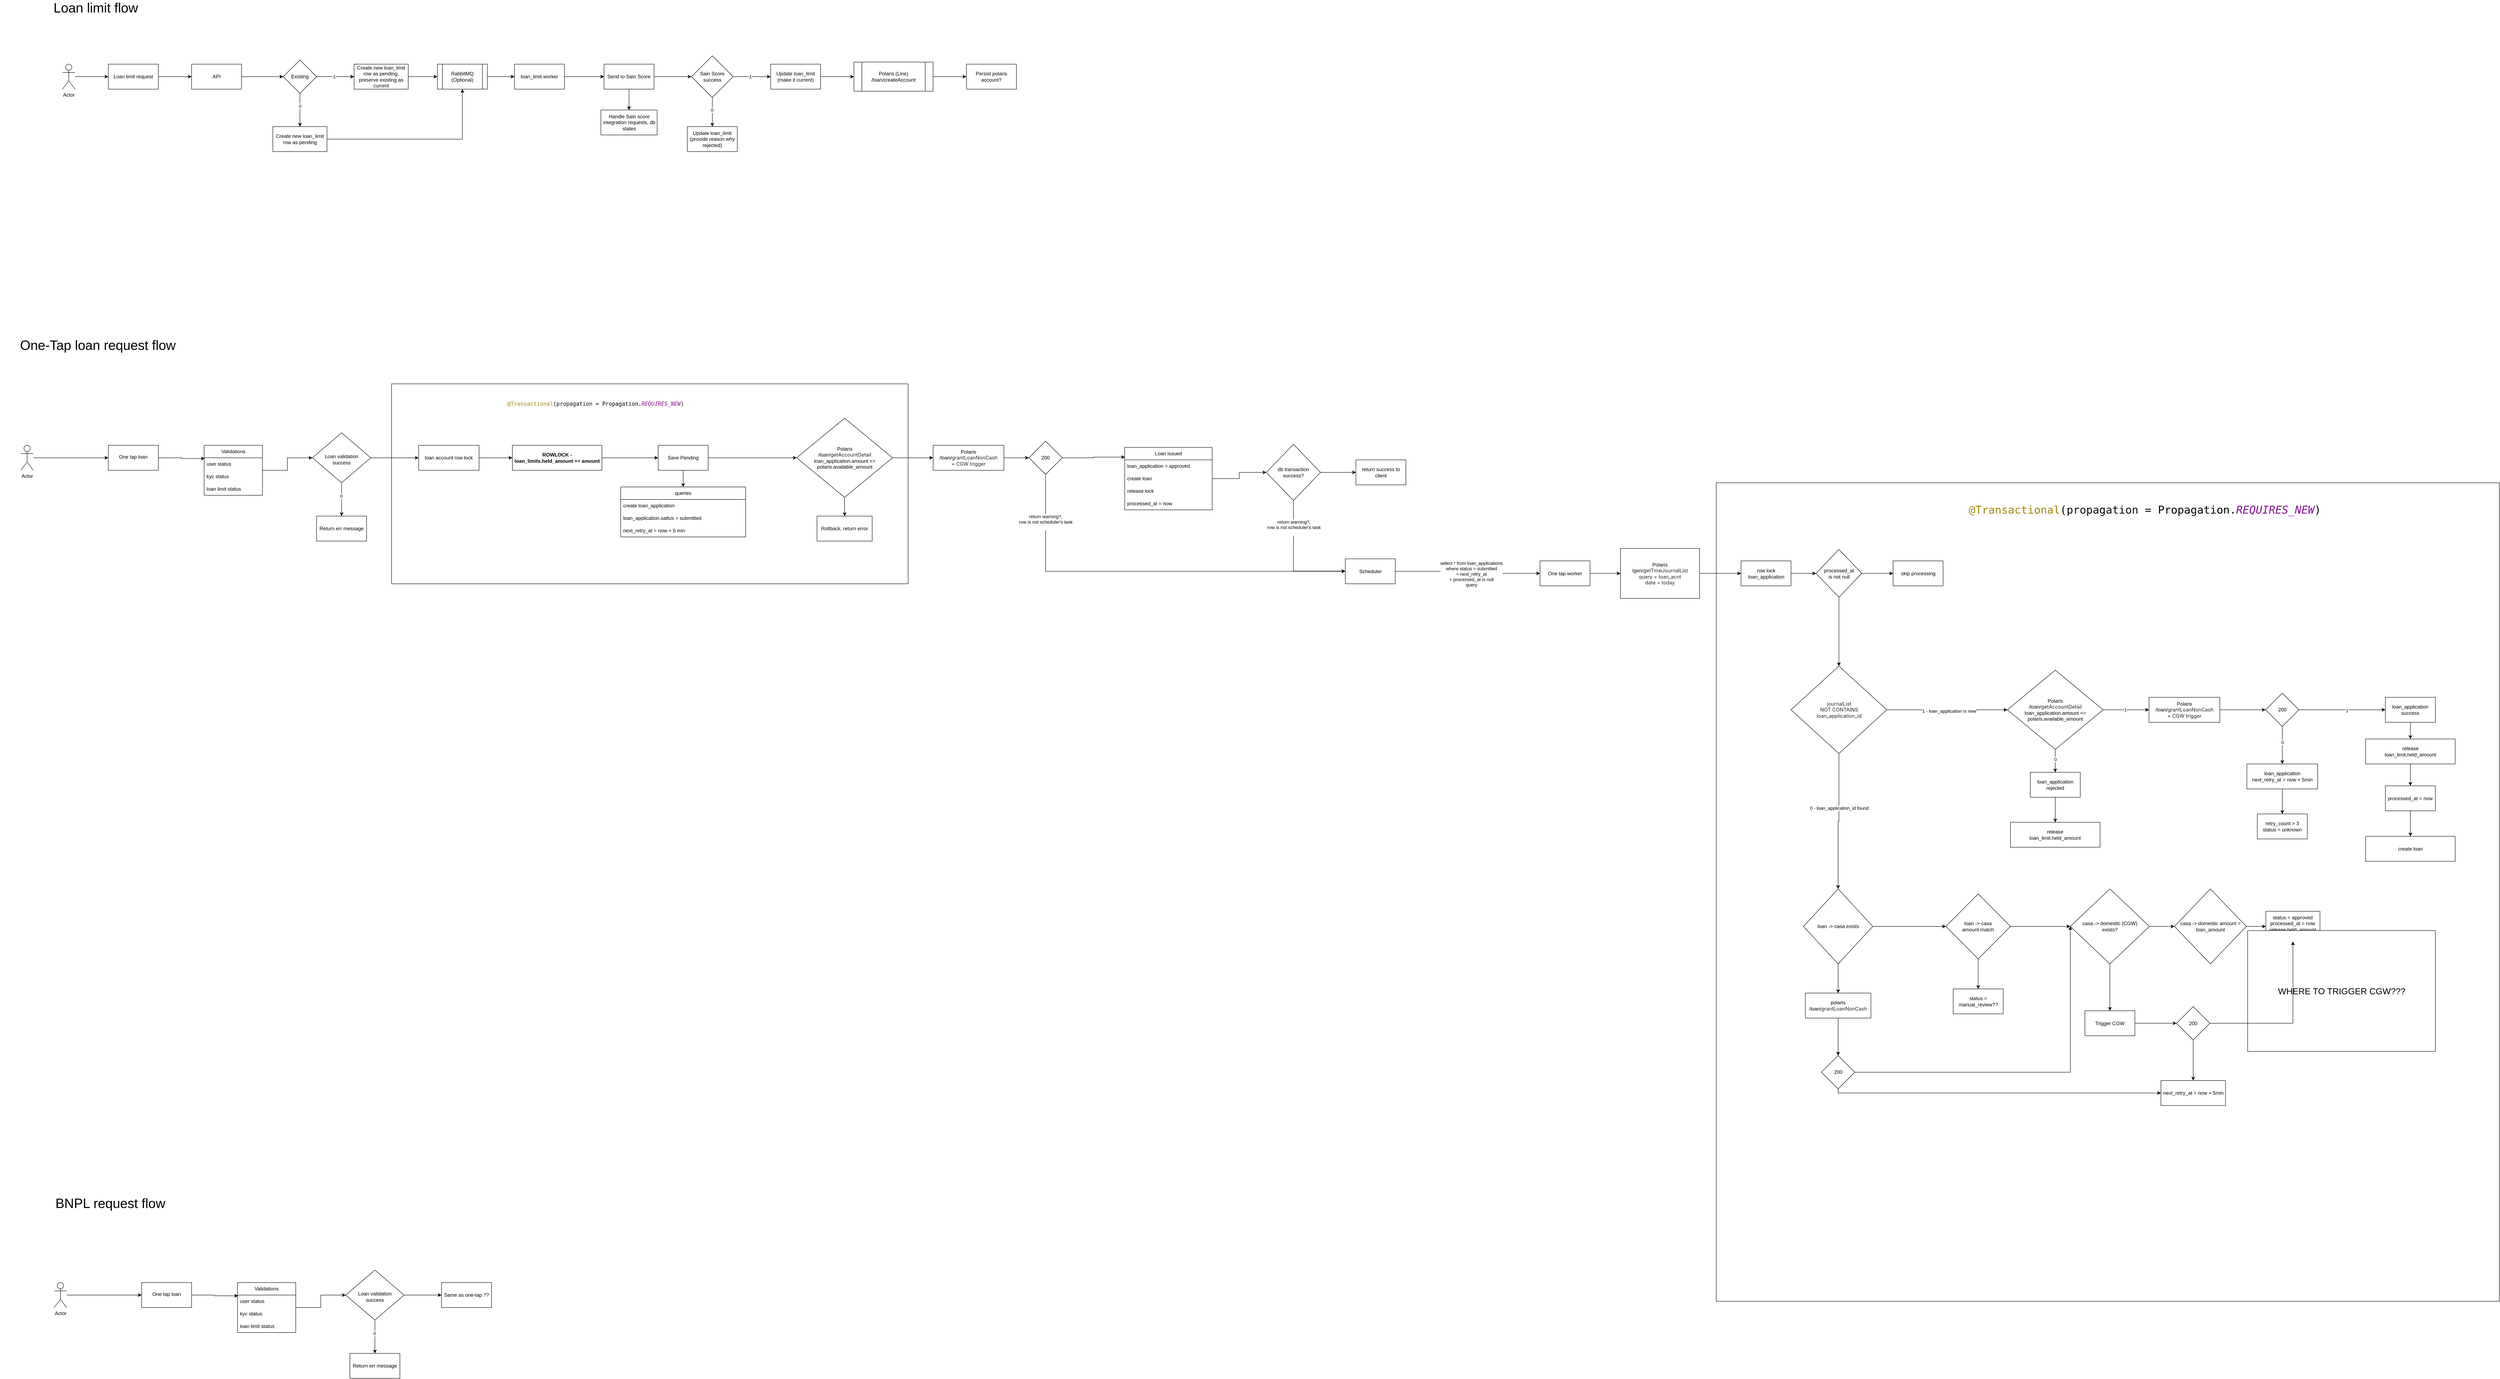
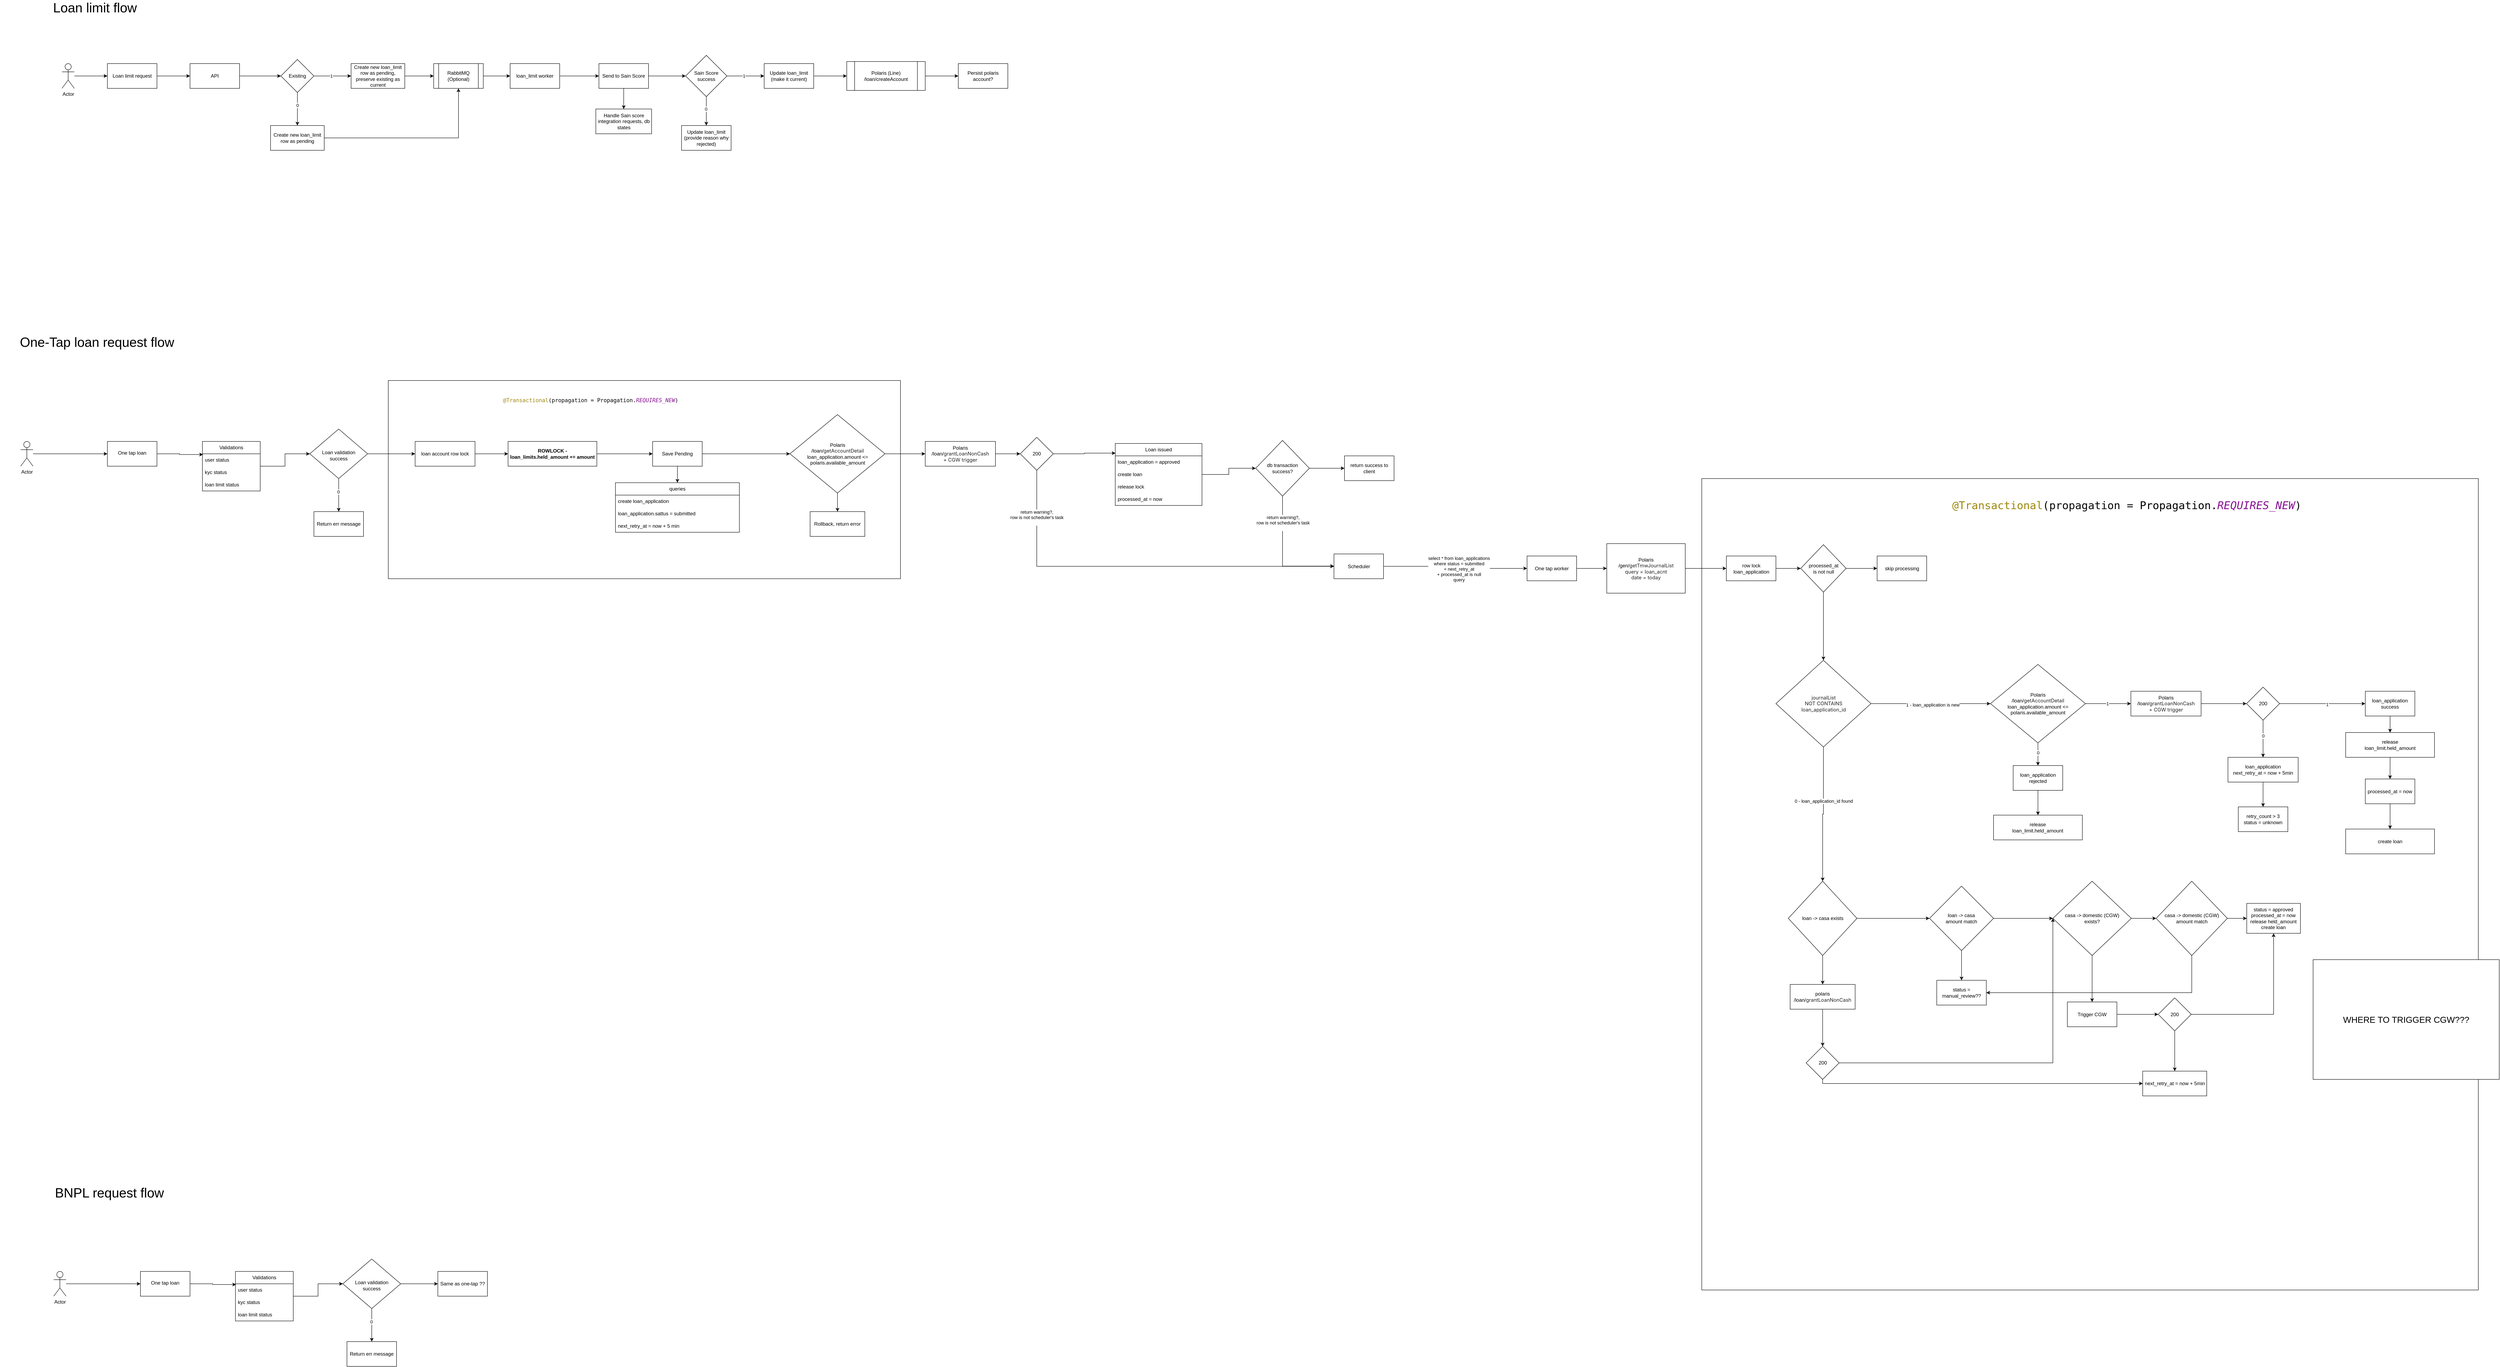
<mxfile host="app.diagrams.net">
  <diagram name="Page-1" id="VCBSuIh8bz7kurrQ0Zaz">
-     <mxGraphModel dx="2763" dy="1119" grid="1" gridSize="10" guides="1" tooltips="1" connect="1" arrows="1" fold="1" page="1" pageScale="1" pageWidth="850" pageHeight="1100" math="0" shadow="0">
+     <mxGraphModel dx="2067" dy="712" grid="1" gridSize="10" guides="1" tooltips="1" connect="1" arrows="1" fold="1" page="1" pageScale="1" pageWidth="850" pageHeight="1100" math="0" shadow="0">
      <root>
        <mxCell id="0" />
        <mxCell id="1" parent="0" />
        <mxCell id="In8fDh9ZLN2M87an2Miy-188" parent="1" style="rounded=0;whiteSpace=wrap;html=1;movable=0;resizable=0;rotatable=0;deletable=0;editable=0;locked=1;connectable=0;" value="" vertex="1">
          <mxGeometry height="1965" width="1880" x="4010" y="1215" as="geometry" />
        </mxCell>
        <mxCell id="In8fDh9ZLN2M87an2Miy-172" parent="1" style="rounded=0;whiteSpace=wrap;html=1;movable=0;resizable=0;rotatable=0;deletable=0;editable=0;locked=1;connectable=0;" value="" vertex="1">
          <mxGeometry height="480" width="1240" x="830" y="977.5" as="geometry" />
        </mxCell>
        <mxCell id="KqixbsF9o6dLofBvsG9t-5" edge="1" parent="1" source="KqixbsF9o6dLofBvsG9t-1" style="edgeStyle=orthogonalEdgeStyle;rounded=0;orthogonalLoop=1;jettySize=auto;html=1;" target="KqixbsF9o6dLofBvsG9t-4" value="">
          <mxGeometry relative="1" as="geometry" />
        </mxCell>
        <mxCell id="KqixbsF9o6dLofBvsG9t-1" parent="1" style="rounded=0;whiteSpace=wrap;html=1;" value="Loan limit request" vertex="1">
          <mxGeometry height="60" width="120" x="150" y="210" as="geometry" />
        </mxCell>
        <mxCell id="KqixbsF9o6dLofBvsG9t-3" edge="1" parent="1" source="KqixbsF9o6dLofBvsG9t-2" style="edgeStyle=orthogonalEdgeStyle;rounded=0;orthogonalLoop=1;jettySize=auto;html=1;" target="KqixbsF9o6dLofBvsG9t-1" value="">
          <mxGeometry relative="1" as="geometry" />
        </mxCell>
        <mxCell id="KqixbsF9o6dLofBvsG9t-2" parent="1" style="shape=umlActor;verticalLabelPosition=bottom;verticalAlign=top;html=1;outlineConnect=0;" value="Actor" vertex="1">
          <mxGeometry height="60" width="30" x="40" y="210" as="geometry" />
        </mxCell>
        <mxCell id="KqixbsF9o6dLofBvsG9t-9" edge="1" parent="1" source="KqixbsF9o6dLofBvsG9t-4" style="edgeStyle=orthogonalEdgeStyle;rounded=0;orthogonalLoop=1;jettySize=auto;html=1;" target="KqixbsF9o6dLofBvsG9t-8" value="">
          <mxGeometry relative="1" as="geometry" />
        </mxCell>
        <mxCell id="KqixbsF9o6dLofBvsG9t-4" parent="1" style="rounded=0;whiteSpace=wrap;html=1;" value="API" vertex="1">
          <mxGeometry height="60" width="120" x="350" y="210" as="geometry" />
        </mxCell>
        <mxCell id="KqixbsF9o6dLofBvsG9t-11" edge="1" parent="1" source="KqixbsF9o6dLofBvsG9t-8" style="edgeStyle=orthogonalEdgeStyle;rounded=0;orthogonalLoop=1;jettySize=auto;html=1;" target="KqixbsF9o6dLofBvsG9t-10" value="">
          <mxGeometry relative="1" as="geometry" />
        </mxCell>
        <mxCell id="KqixbsF9o6dLofBvsG9t-12" connectable="0" parent="KqixbsF9o6dLofBvsG9t-11" style="edgeLabel;html=1;align=center;verticalAlign=middle;resizable=0;points=[];" value="1" vertex="1">
          <mxGeometry relative="1" x="-0.079" as="geometry">
            <mxPoint as="offset" />
          </mxGeometry>
        </mxCell>
        <mxCell id="KqixbsF9o6dLofBvsG9t-14" edge="1" parent="1" source="KqixbsF9o6dLofBvsG9t-8" style="edgeStyle=orthogonalEdgeStyle;rounded=0;orthogonalLoop=1;jettySize=auto;html=1;" target="KqixbsF9o6dLofBvsG9t-13" value="">
          <mxGeometry relative="1" as="geometry" />
        </mxCell>
        <mxCell id="KqixbsF9o6dLofBvsG9t-15" connectable="0" parent="KqixbsF9o6dLofBvsG9t-14" style="edgeLabel;html=1;align=center;verticalAlign=middle;resizable=0;points=[];" value="0" vertex="1">
          <mxGeometry relative="1" x="-0.2407" as="geometry">
            <mxPoint as="offset" />
          </mxGeometry>
        </mxCell>
        <mxCell id="KqixbsF9o6dLofBvsG9t-8" parent="1" style="rhombus;whiteSpace=wrap;html=1;rounded=0;" value="Existing" vertex="1">
          <mxGeometry height="80" width="80" x="570" y="200" as="geometry" />
        </mxCell>
        <mxCell id="KqixbsF9o6dLofBvsG9t-23" edge="1" parent="1" source="KqixbsF9o6dLofBvsG9t-10" style="edgeStyle=orthogonalEdgeStyle;rounded=0;orthogonalLoop=1;jettySize=auto;html=1;" target="KqixbsF9o6dLofBvsG9t-22" value="">
          <mxGeometry relative="1" as="geometry" />
        </mxCell>
        <mxCell id="KqixbsF9o6dLofBvsG9t-10" parent="1" style="whiteSpace=wrap;html=1;rounded=0;" value="Create new loan_limit row as pending, preserve existing as current" vertex="1">
          <mxGeometry height="60" width="130" x="740" y="210" as="geometry" />
        </mxCell>
        <mxCell id="KqixbsF9o6dLofBvsG9t-26" edge="1" parent="1" source="KqixbsF9o6dLofBvsG9t-13" style="edgeStyle=orthogonalEdgeStyle;rounded=0;orthogonalLoop=1;jettySize=auto;html=1;entryX=0.5;entryY=1;entryDx=0;entryDy=0;" target="KqixbsF9o6dLofBvsG9t-22">
          <mxGeometry relative="1" as="geometry" />
        </mxCell>
        <mxCell id="KqixbsF9o6dLofBvsG9t-13" parent="1" style="whiteSpace=wrap;html=1;rounded=0;" value="Create new loan_limit row as pending" vertex="1">
          <mxGeometry height="60" width="130" x="545" y="360" as="geometry" />
        </mxCell>
        <mxCell id="KqixbsF9o6dLofBvsG9t-25" edge="1" parent="1" source="KqixbsF9o6dLofBvsG9t-22" style="edgeStyle=orthogonalEdgeStyle;rounded=0;orthogonalLoop=1;jettySize=auto;html=1;" target="KqixbsF9o6dLofBvsG9t-24" value="">
          <mxGeometry relative="1" as="geometry" />
        </mxCell>
        <mxCell id="KqixbsF9o6dLofBvsG9t-22" parent="1" style="shape=process;whiteSpace=wrap;html=1;backgroundOutline=1;rounded=0;" value="RabbitMQ (Optional)" vertex="1">
          <mxGeometry height="60" width="120" x="940" y="210" as="geometry" />
        </mxCell>
        <mxCell id="KqixbsF9o6dLofBvsG9t-28" edge="1" parent="1" source="KqixbsF9o6dLofBvsG9t-24" style="edgeStyle=orthogonalEdgeStyle;rounded=0;orthogonalLoop=1;jettySize=auto;html=1;" target="KqixbsF9o6dLofBvsG9t-27" value="">
          <mxGeometry relative="1" as="geometry" />
        </mxCell>
        <mxCell id="KqixbsF9o6dLofBvsG9t-24" parent="1" style="whiteSpace=wrap;html=1;rounded=0;" value="loan_limit worker" vertex="1">
          <mxGeometry height="60" width="120" x="1125" y="210" as="geometry" />
        </mxCell>
        <mxCell id="KqixbsF9o6dLofBvsG9t-30" edge="1" parent="1" source="KqixbsF9o6dLofBvsG9t-27" style="edgeStyle=orthogonalEdgeStyle;rounded=0;orthogonalLoop=1;jettySize=auto;html=1;" target="KqixbsF9o6dLofBvsG9t-29" value="">
          <mxGeometry relative="1" as="geometry" />
        </mxCell>
        <mxCell id="KqixbsF9o6dLofBvsG9t-38" edge="1" parent="1" source="KqixbsF9o6dLofBvsG9t-27" style="edgeStyle=orthogonalEdgeStyle;rounded=0;orthogonalLoop=1;jettySize=auto;html=1;" target="KqixbsF9o6dLofBvsG9t-37" value="">
          <mxGeometry relative="1" as="geometry" />
        </mxCell>
        <mxCell id="KqixbsF9o6dLofBvsG9t-27" parent="1" style="whiteSpace=wrap;html=1;rounded=0;" value="Send to Sain Score" vertex="1">
          <mxGeometry height="60" width="120" x="1340" y="210" as="geometry" />
        </mxCell>
        <mxCell id="KqixbsF9o6dLofBvsG9t-32" edge="1" parent="1" source="KqixbsF9o6dLofBvsG9t-29" style="edgeStyle=orthogonalEdgeStyle;rounded=0;orthogonalLoop=1;jettySize=auto;html=1;" target="KqixbsF9o6dLofBvsG9t-31" value="">
          <mxGeometry relative="1" as="geometry" />
        </mxCell>
        <mxCell id="KqixbsF9o6dLofBvsG9t-33" connectable="0" parent="KqixbsF9o6dLofBvsG9t-32" style="edgeLabel;html=1;align=center;verticalAlign=middle;resizable=0;points=[];" value="1" vertex="1">
          <mxGeometry relative="1" x="-0.1048" as="geometry">
            <mxPoint as="offset" />
          </mxGeometry>
        </mxCell>
        <mxCell id="KqixbsF9o6dLofBvsG9t-35" edge="1" parent="1" source="KqixbsF9o6dLofBvsG9t-29" style="edgeStyle=orthogonalEdgeStyle;rounded=0;orthogonalLoop=1;jettySize=auto;html=1;" target="KqixbsF9o6dLofBvsG9t-34" value="">
          <mxGeometry relative="1" as="geometry" />
        </mxCell>
        <mxCell id="KqixbsF9o6dLofBvsG9t-36" connectable="0" parent="KqixbsF9o6dLofBvsG9t-35" style="edgeLabel;html=1;align=center;verticalAlign=middle;resizable=0;points=[];" value="0" vertex="1">
          <mxGeometry relative="1" x="-0.1429" y="-1" as="geometry">
            <mxPoint as="offset" />
          </mxGeometry>
        </mxCell>
        <mxCell id="KqixbsF9o6dLofBvsG9t-29" parent="1" style="rhombus;whiteSpace=wrap;html=1;rounded=0;" value="Sain Score success" vertex="1">
          <mxGeometry height="100" width="100" x="1550" y="190" as="geometry" />
        </mxCell>
        <mxCell id="KqixbsF9o6dLofBvsG9t-66" edge="1" parent="1" source="KqixbsF9o6dLofBvsG9t-31" style="edgeStyle=orthogonalEdgeStyle;rounded=0;orthogonalLoop=1;jettySize=auto;html=1;" target="KqixbsF9o6dLofBvsG9t-65" value="">
          <mxGeometry relative="1" as="geometry" />
        </mxCell>
        <mxCell id="KqixbsF9o6dLofBvsG9t-31" parent="1" style="whiteSpace=wrap;html=1;rounded=0;" value="Update loan_limit (make it current)" vertex="1">
          <mxGeometry height="60" width="120" x="1740" y="210" as="geometry" />
        </mxCell>
        <mxCell id="KqixbsF9o6dLofBvsG9t-34" parent="1" style="whiteSpace=wrap;html=1;rounded=0;" value="Update loan_limit&lt;br&gt;(provide reason why rejected)" vertex="1">
          <mxGeometry height="60" width="120" x="1540" y="360" as="geometry" />
        </mxCell>
        <mxCell id="KqixbsF9o6dLofBvsG9t-37" parent="1" style="whiteSpace=wrap;html=1;rounded=0;" value="Handle Sain score integration requests, db states" vertex="1">
          <mxGeometry height="60" width="135" x="1332.5" y="320" as="geometry" />
        </mxCell>
        <mxCell id="KqixbsF9o6dLofBvsG9t-40" parent="1" style="text;html=1;whiteSpace=wrap;strokeColor=none;fillColor=none;align=center;verticalAlign=middle;rounded=0;fontSize=32;" value="Loan limit flow" vertex="1">
          <mxGeometry height="30" width="260" x="-10" y="60" as="geometry" />
        </mxCell>
        <mxCell id="KqixbsF9o6dLofBvsG9t-74" edge="1" parent="1" source="KqixbsF9o6dLofBvsG9t-65" style="edgeStyle=orthogonalEdgeStyle;rounded=0;orthogonalLoop=1;jettySize=auto;html=1;" target="KqixbsF9o6dLofBvsG9t-73" value="">
          <mxGeometry relative="1" as="geometry" />
        </mxCell>
        <mxCell id="KqixbsF9o6dLofBvsG9t-65" parent="1" style="shape=process;whiteSpace=wrap;html=1;backgroundOutline=1;rounded=0;" value="Polaris (Line)&lt;br&gt;/loan/createAccount" vertex="1">
          <mxGeometry height="70" width="190" x="1940" y="205" as="geometry" />
        </mxCell>
        <mxCell id="KqixbsF9o6dLofBvsG9t-73" parent="1" style="whiteSpace=wrap;html=1;rounded=0;" value="Persist polaris account?" vertex="1">
          <mxGeometry height="60" width="120" x="2210" y="210" as="geometry" />
        </mxCell>
        <mxCell id="U8Ajh8Gpa-m2DNKNFQys-1" parent="1" style="text;html=1;whiteSpace=wrap;strokeColor=none;fillColor=none;align=center;verticalAlign=middle;rounded=0;fontSize=32;" value="One-Tap loan request flow" vertex="1">
          <mxGeometry height="30" width="470" x="-110" y="870" as="geometry" />
        </mxCell>
        <mxCell id="In8fDh9ZLN2M87an2Miy-1" edge="1" parent="1" source="In8fDh9ZLN2M87an2Miy-2" style="edgeStyle=orthogonalEdgeStyle;rounded=0;orthogonalLoop=1;jettySize=auto;html=1;" target="In8fDh9ZLN2M87an2Miy-4" value="">
          <mxGeometry relative="1" as="geometry" />
        </mxCell>
        <mxCell id="In8fDh9ZLN2M87an2Miy-2" parent="1" style="shape=umlActor;verticalLabelPosition=bottom;verticalAlign=top;html=1;outlineConnect=0;" value="Actor" vertex="1">
          <mxGeometry height="60" width="30" x="-60" y="1125" as="geometry" />
        </mxCell>
        <mxCell id="In8fDh9ZLN2M87an2Miy-3" edge="1" parent="1" source="In8fDh9ZLN2M87an2Miy-4" style="edgeStyle=orthogonalEdgeStyle;rounded=0;orthogonalLoop=1;jettySize=auto;html=1;entryX=0.011;entryY=0.06;entryDx=0;entryDy=0;entryPerimeter=0;" target="In8fDh9ZLN2M87an2Miy-28" value="">
          <mxGeometry relative="1" as="geometry">
            <mxPoint x="360" y="1155" as="targetPoint" />
          </mxGeometry>
        </mxCell>
        <mxCell id="In8fDh9ZLN2M87an2Miy-4" parent="1" style="whiteSpace=wrap;html=1;verticalAlign=top;" value="&lt;div&gt;&lt;br&gt;&lt;/div&gt;&lt;div&gt;One tap loan&lt;/div&gt;" vertex="1">
          <mxGeometry height="60" width="120" x="150" y="1125" as="geometry" />
        </mxCell>
        <mxCell id="In8fDh9ZLN2M87an2Miy-7" edge="1" parent="1" source="In8fDh9ZLN2M87an2Miy-9" style="edgeStyle=orthogonalEdgeStyle;rounded=0;orthogonalLoop=1;jettySize=auto;html=1;" target="In8fDh9ZLN2M87an2Miy-13" value="">
          <mxGeometry relative="1" as="geometry" />
        </mxCell>
        <mxCell id="In8fDh9ZLN2M87an2Miy-8" connectable="0" parent="In8fDh9ZLN2M87an2Miy-7" style="edgeLabel;html=1;align=center;verticalAlign=middle;resizable=0;points=[];" value="0" vertex="1">
          <mxGeometry relative="1" x="-0.2091" y="-1" as="geometry">
            <mxPoint as="offset" />
          </mxGeometry>
        </mxCell>
        <mxCell id="In8fDh9ZLN2M87an2Miy-163" edge="1" parent="1" source="In8fDh9ZLN2M87an2Miy-9" style="edgeStyle=orthogonalEdgeStyle;rounded=0;orthogonalLoop=1;jettySize=auto;html=1;entryX=0;entryY=0.5;entryDx=0;entryDy=0;" target="In8fDh9ZLN2M87an2Miy-161">
          <mxGeometry relative="1" as="geometry" />
        </mxCell>
        <mxCell id="In8fDh9ZLN2M87an2Miy-9" parent="1" style="rhombus;whiteSpace=wrap;html=1;verticalAlign=top;" value="&lt;br&gt;&lt;br&gt;&lt;div&gt;&lt;br&gt;&lt;/div&gt;&lt;div&gt;Loan validation&lt;br&gt;success&lt;/div&gt;" vertex="1">
          <mxGeometry height="120" width="140" x="640" y="1095" as="geometry" />
        </mxCell>
        <mxCell id="In8fDh9ZLN2M87an2Miy-10" edge="1" parent="1" source="In8fDh9ZLN2M87an2Miy-12" style="edgeStyle=orthogonalEdgeStyle;rounded=0;orthogonalLoop=1;jettySize=auto;html=1;entryX=0.5;entryY=0;entryDx=0;entryDy=0;" target="In8fDh9ZLN2M87an2Miy-14">
          <mxGeometry relative="1" as="geometry" />
        </mxCell>
        <mxCell id="In8fDh9ZLN2M87an2Miy-54" edge="1" parent="1" source="In8fDh9ZLN2M87an2Miy-105" style="edgeStyle=orthogonalEdgeStyle;rounded=0;orthogonalLoop=1;jettySize=auto;html=1;exitX=1;exitY=0.5;exitDx=0;exitDy=0;" target="In8fDh9ZLN2M87an2Miy-53" value="">
          <mxGeometry relative="1" as="geometry">
            <mxPoint x="3329.5" y="1432.5" as="sourcePoint" />
          </mxGeometry>
        </mxCell>
        <mxCell id="In8fDh9ZLN2M87an2Miy-55" connectable="0" parent="In8fDh9ZLN2M87an2Miy-54" style="edgeLabel;html=1;align=center;verticalAlign=middle;resizable=0;points=[];" value="select * from loan_applications&lt;br&gt;where status = submitted&lt;br&gt;+ next_retry_at&lt;br&gt;+ processed_at is null&lt;br&gt;query" vertex="1">
          <mxGeometry relative="1" x="0.0637" y="-1" as="geometry">
            <mxPoint as="offset" />
          </mxGeometry>
        </mxCell>
        <mxCell id="In8fDh9ZLN2M87an2Miy-173" edge="1" parent="1" source="In8fDh9ZLN2M87an2Miy-12" style="edgeStyle=orthogonalEdgeStyle;rounded=0;orthogonalLoop=1;jettySize=auto;html=1;entryX=0;entryY=0.5;entryDx=0;entryDy=0;" target="In8fDh9ZLN2M87an2Miy-152">
          <mxGeometry relative="1" as="geometry" />
        </mxCell>
        <mxCell id="In8fDh9ZLN2M87an2Miy-12" parent="1" style="whiteSpace=wrap;html=1;verticalAlign=middle;" value="Save Pending" vertex="1">
          <mxGeometry height="60" width="120" x="1470" y="1125" as="geometry" />
        </mxCell>
        <mxCell id="In8fDh9ZLN2M87an2Miy-13" parent="1" style="whiteSpace=wrap;html=1;verticalAlign=middle;" value="Return err message" vertex="1">
          <mxGeometry height="60" width="120" x="650" y="1295" as="geometry" />
        </mxCell>
        <mxCell id="In8fDh9ZLN2M87an2Miy-14" parent="1" style="swimlane;fontStyle=0;childLayout=stackLayout;horizontal=1;startSize=30;horizontalStack=0;resizeParent=1;resizeParentMax=0;resizeLast=0;collapsible=1;marginBottom=0;whiteSpace=wrap;html=1;" value="queries" vertex="1">
          <mxGeometry height="120" width="300" x="1380" y="1225" as="geometry" />
        </mxCell>
        <mxCell id="In8fDh9ZLN2M87an2Miy-15" parent="In8fDh9ZLN2M87an2Miy-14" style="text;strokeColor=none;fillColor=none;align=left;verticalAlign=middle;spacingLeft=4;spacingRight=4;overflow=hidden;points=[[0,0.5],[1,0.5]];portConstraint=eastwest;rotatable=0;whiteSpace=wrap;html=1;" value="create loan_application" vertex="1">
          <mxGeometry height="30" width="300" y="30" as="geometry" />
        </mxCell>
        <mxCell id="In8fDh9ZLN2M87an2Miy-104" parent="In8fDh9ZLN2M87an2Miy-14" style="text;strokeColor=none;fillColor=none;align=left;verticalAlign=middle;spacingLeft=4;spacingRight=4;overflow=hidden;points=[[0,0.5],[1,0.5]];portConstraint=eastwest;rotatable=0;whiteSpace=wrap;html=1;" value="loan_application.sattus = submitted" vertex="1">
          <mxGeometry height="30" width="300" y="60" as="geometry" />
        </mxCell>
        <mxCell id="In8fDh9ZLN2M87an2Miy-17" parent="In8fDh9ZLN2M87an2Miy-14" style="text;strokeColor=none;fillColor=none;align=left;verticalAlign=middle;spacingLeft=4;spacingRight=4;overflow=hidden;points=[[0,0.5],[1,0.5]];portConstraint=eastwest;rotatable=0;whiteSpace=wrap;html=1;" value="next_retry_at = now + 5 min" vertex="1">
          <mxGeometry height="30" width="300" y="90" as="geometry" />
        </mxCell>
        <mxCell id="In8fDh9ZLN2M87an2Miy-32" edge="1" parent="1" source="In8fDh9ZLN2M87an2Miy-27" style="edgeStyle=orthogonalEdgeStyle;rounded=0;orthogonalLoop=1;jettySize=auto;html=1;entryX=0;entryY=0.5;entryDx=0;entryDy=0;" target="In8fDh9ZLN2M87an2Miy-9">
          <mxGeometry relative="1" as="geometry" />
        </mxCell>
        <mxCell id="In8fDh9ZLN2M87an2Miy-27" parent="1" style="swimlane;fontStyle=0;childLayout=stackLayout;horizontal=1;startSize=30;horizontalStack=0;resizeParent=1;resizeParentMax=0;resizeLast=0;collapsible=1;marginBottom=0;whiteSpace=wrap;html=1;" value="Validations" vertex="1">
          <mxGeometry height="120" width="140" x="380" y="1125" as="geometry" />
        </mxCell>
        <mxCell id="In8fDh9ZLN2M87an2Miy-28" parent="In8fDh9ZLN2M87an2Miy-27" style="text;strokeColor=none;fillColor=none;align=left;verticalAlign=middle;spacingLeft=4;spacingRight=4;overflow=hidden;points=[[0,0.5],[1,0.5]];portConstraint=eastwest;rotatable=0;whiteSpace=wrap;html=1;" value="user status" vertex="1">
          <mxGeometry height="30" width="140" y="30" as="geometry" />
        </mxCell>
        <mxCell id="In8fDh9ZLN2M87an2Miy-29" parent="In8fDh9ZLN2M87an2Miy-27" style="text;strokeColor=none;fillColor=none;align=left;verticalAlign=middle;spacingLeft=4;spacingRight=4;overflow=hidden;points=[[0,0.5],[1,0.5]];portConstraint=eastwest;rotatable=0;whiteSpace=wrap;html=1;" value="kyc status" vertex="1">
          <mxGeometry height="30" width="140" y="60" as="geometry" />
        </mxCell>
        <mxCell id="In8fDh9ZLN2M87an2Miy-33" parent="In8fDh9ZLN2M87an2Miy-27" style="text;strokeColor=none;fillColor=none;align=left;verticalAlign=middle;spacingLeft=4;spacingRight=4;overflow=hidden;points=[[0,0.5],[1,0.5]];portConstraint=eastwest;rotatable=0;whiteSpace=wrap;html=1;" value="loan limit status" vertex="1">
          <mxGeometry height="30" width="140" y="90" as="geometry" />
        </mxCell>
        <mxCell id="In8fDh9ZLN2M87an2Miy-116" edge="1" parent="1" source="In8fDh9ZLN2M87an2Miy-53" style="edgeStyle=orthogonalEdgeStyle;rounded=0;orthogonalLoop=1;jettySize=auto;html=1;entryX=0;entryY=0.5;entryDx=0;entryDy=0;" target="In8fDh9ZLN2M87an2Miy-68">
          <mxGeometry relative="1" as="geometry" />
        </mxCell>
        <mxCell id="In8fDh9ZLN2M87an2Miy-53" parent="1" style="whiteSpace=wrap;html=1;" value="One tap worker" vertex="1">
          <mxGeometry height="60" width="120" x="3587" y="1402.5" as="geometry" />
        </mxCell>
        <mxCell id="In8fDh9ZLN2M87an2Miy-67" edge="1" parent="1" source="In8fDh9ZLN2M87an2Miy-58" style="edgeStyle=orthogonalEdgeStyle;rounded=0;orthogonalLoop=1;jettySize=auto;html=1;entryX=0;entryY=0.5;entryDx=0;entryDy=0;" target="In8fDh9ZLN2M87an2Miy-66" value="">
          <mxGeometry relative="1" as="geometry">
            <mxPoint x="5343.87" y="1760" as="targetPoint" />
          </mxGeometry>
        </mxCell>
        <mxCell id="In8fDh9ZLN2M87an2Miy-58" parent="1" style="whiteSpace=wrap;html=1;" value="Polaris /loan/&lt;span style=&quot;color: rgb(33, 33, 33); font-family: Inter, system-ui, -apple-system, &amp;quot;system-ui&amp;quot;, &amp;quot;Segoe UI&amp;quot;, Roboto, Oxygen, Ubuntu, Cantarell, &amp;quot;Fira Sans&amp;quot;, &amp;quot;Droid Sans&amp;quot;, Helvetica, Arial, sans-serif; text-align: left; white-space: pre-wrap; background-color: rgb(255, 255, 255);&quot;&gt;grantLoanNonCash&lt;br/&gt;+ CGW trigger&lt;/span&gt;" vertex="1">
          <mxGeometry height="60" width="170" x="5048.87" y="1730" as="geometry" />
        </mxCell>
        <mxCell id="In8fDh9ZLN2M87an2Miy-62" edge="1" parent="1" source="In8fDh9ZLN2M87an2Miy-59" style="edgeStyle=orthogonalEdgeStyle;rounded=0;orthogonalLoop=1;jettySize=auto;html=1;" target="In8fDh9ZLN2M87an2Miy-61" value="">
          <mxGeometry relative="1" as="geometry" />
        </mxCell>
        <mxCell id="In8fDh9ZLN2M87an2Miy-91" connectable="0" parent="In8fDh9ZLN2M87an2Miy-62" style="edgeLabel;html=1;align=center;verticalAlign=middle;resizable=0;points=[];" value="0" vertex="1">
          <mxGeometry relative="1" x="-0.1431" as="geometry">
            <mxPoint as="offset" />
          </mxGeometry>
        </mxCell>
        <mxCell id="In8fDh9ZLN2M87an2Miy-65" edge="1" parent="1" source="In8fDh9ZLN2M87an2Miy-59" style="edgeStyle=orthogonalEdgeStyle;rounded=0;orthogonalLoop=1;jettySize=auto;html=1;" target="In8fDh9ZLN2M87an2Miy-58">
          <mxGeometry relative="1" as="geometry" />
        </mxCell>
        <mxCell id="In8fDh9ZLN2M87an2Miy-90" connectable="0" parent="In8fDh9ZLN2M87an2Miy-65" style="edgeLabel;html=1;align=center;verticalAlign=middle;resizable=0;points=[];" value="1" vertex="1">
          <mxGeometry relative="1" x="-0.0451" as="geometry">
            <mxPoint as="offset" />
          </mxGeometry>
        </mxCell>
        <mxCell id="In8fDh9ZLN2M87an2Miy-59" parent="1" style="rhombus;whiteSpace=wrap;html=1;" value="Polaris&lt;br&gt;/loan/&lt;span style=&quot;color: rgb(33, 33, 33); font-family: Inter, system-ui, -apple-system, &amp;quot;system-ui&amp;quot;, &amp;quot;Segoe UI&amp;quot;, Roboto, Oxygen, Ubuntu, Cantarell, &amp;quot;Fira Sans&amp;quot;, &amp;quot;Droid Sans&amp;quot;, Helvetica, Arial, sans-serif; text-align: left; white-space: pre-wrap; background-color: rgb(255, 255, 255);&quot;&gt;getAccountDetail&lt;/span&gt;&lt;br&gt;loan_application.amount &amp;lt;= polaris.available_amount" vertex="1">
          <mxGeometry height="190" width="230" x="4708.87" y="1665" as="geometry" />
        </mxCell>
        <mxCell id="In8fDh9ZLN2M87an2Miy-64" edge="1" parent="1" source="In8fDh9ZLN2M87an2Miy-61" style="edgeStyle=orthogonalEdgeStyle;rounded=0;orthogonalLoop=1;jettySize=auto;html=1;" target="In8fDh9ZLN2M87an2Miy-63" value="">
          <mxGeometry relative="1" as="geometry" />
        </mxCell>
        <mxCell id="In8fDh9ZLN2M87an2Miy-61" parent="1" style="whiteSpace=wrap;html=1;" value="loan_application&lt;br&gt;rejected" vertex="1">
          <mxGeometry height="60" width="120" x="4763.87" y="1910" as="geometry" />
        </mxCell>
        <mxCell id="In8fDh9ZLN2M87an2Miy-63" parent="1" style="whiteSpace=wrap;html=1;" value="release &lt;br&gt;loan_limit.held_amount" vertex="1">
          <mxGeometry height="60" width="215" x="4716.37" y="2030" as="geometry" />
        </mxCell>
        <mxCell id="In8fDh9ZLN2M87an2Miy-81" edge="1" parent="1" source="In8fDh9ZLN2M87an2Miy-66" style="edgeStyle=orthogonalEdgeStyle;rounded=0;orthogonalLoop=1;jettySize=auto;html=1;entryX=0;entryY=0.5;entryDx=0;entryDy=0;" target="In8fDh9ZLN2M87an2Miy-79">
          <mxGeometry relative="1" as="geometry" />
        </mxCell>
        <mxCell id="In8fDh9ZLN2M87an2Miy-92" connectable="0" parent="In8fDh9ZLN2M87an2Miy-81" style="edgeLabel;html=1;align=center;verticalAlign=middle;resizable=0;points=[];" value="1" vertex="1">
          <mxGeometry relative="1" x="0.1055" y="-2" as="geometry">
            <mxPoint as="offset" />
          </mxGeometry>
        </mxCell>
        <mxCell id="In8fDh9ZLN2M87an2Miy-83" edge="1" parent="1" source="In8fDh9ZLN2M87an2Miy-66" style="edgeStyle=orthogonalEdgeStyle;rounded=0;orthogonalLoop=1;jettySize=auto;html=1;" target="In8fDh9ZLN2M87an2Miy-82" value="">
          <mxGeometry relative="1" as="geometry" />
        </mxCell>
        <mxCell id="In8fDh9ZLN2M87an2Miy-93" connectable="0" parent="In8fDh9ZLN2M87an2Miy-83" style="edgeLabel;html=1;align=center;verticalAlign=middle;resizable=0;points=[];" value="0" vertex="1">
          <mxGeometry relative="1" x="-0.1623" as="geometry">
            <mxPoint as="offset" />
          </mxGeometry>
        </mxCell>
        <mxCell id="In8fDh9ZLN2M87an2Miy-66" parent="1" style="rhombus;whiteSpace=wrap;html=1;" value="200" vertex="1">
          <mxGeometry height="80" width="80" x="5328.87" y="1720" as="geometry" />
        </mxCell>
        <mxCell id="In8fDh9ZLN2M87an2Miy-119" edge="1" parent="1" source="In8fDh9ZLN2M87an2Miy-68" style="edgeStyle=orthogonalEdgeStyle;rounded=0;orthogonalLoop=1;jettySize=auto;html=1;" target="In8fDh9ZLN2M87an2Miy-118" value="">
          <mxGeometry relative="1" as="geometry" />
        </mxCell>
        <mxCell id="In8fDh9ZLN2M87an2Miy-68" parent="1" style="whiteSpace=wrap;html=1;" value="Polaris&lt;br&gt;/gen/&lt;span style=&quot;white-space: pre-wrap; color: rgb(33, 33, 33); font-family: Inter, system-ui, -apple-system, &amp;quot;system-ui&amp;quot;, &amp;quot;Segoe UI&amp;quot;, Roboto, Oxygen, Ubuntu, Cantarell, &amp;quot;Fira Sans&amp;quot;, &amp;quot;Droid Sans&amp;quot;, Helvetica, Arial, sans-serif; text-align: left; background-color: rgb(255, 255, 255);&quot;&gt;getTmwJournalList&lt;br&gt;query = loan_acnt&lt;br/&gt;date = today&lt;/span&gt;" vertex="1">
          <mxGeometry height="120" width="190" x="3780" y="1372.5" as="geometry" />
        </mxCell>
        <mxCell id="In8fDh9ZLN2M87an2Miy-71" edge="1" parent="1" source="In8fDh9ZLN2M87an2Miy-69" style="edgeStyle=orthogonalEdgeStyle;rounded=0;orthogonalLoop=1;jettySize=auto;html=1;entryX=0;entryY=0.5;entryDx=0;entryDy=0;" target="In8fDh9ZLN2M87an2Miy-59">
          <mxGeometry relative="1" as="geometry" />
        </mxCell>
        <mxCell id="In8fDh9ZLN2M87an2Miy-77" connectable="0" parent="In8fDh9ZLN2M87an2Miy-71" style="edgeLabel;html=1;align=center;verticalAlign=middle;resizable=0;points=[];" value="1 - loan_application is new" vertex="1">
          <mxGeometry relative="1" x="0.0312" y="-3" as="geometry">
            <mxPoint as="offset" />
          </mxGeometry>
        </mxCell>
        <mxCell id="In8fDh9ZLN2M87an2Miy-73" edge="1" parent="1" source="In8fDh9ZLN2M87an2Miy-69" style="edgeStyle=orthogonalEdgeStyle;rounded=0;orthogonalLoop=1;jettySize=auto;html=1;entryX=0.5;entryY=0;entryDx=0;entryDy=0;" target="In8fDh9ZLN2M87an2Miy-111" value="">
          <mxGeometry relative="1" as="geometry">
            <mxPoint x="4303.87" y="1960" as="targetPoint" />
          </mxGeometry>
        </mxCell>
        <mxCell id="In8fDh9ZLN2M87an2Miy-74" connectable="0" parent="In8fDh9ZLN2M87an2Miy-73" style="edgeLabel;html=1;align=center;verticalAlign=middle;resizable=0;points=[];" value="0 - loan_application_id found" vertex="1">
          <mxGeometry relative="1" x="-0.1975" as="geometry">
            <mxPoint as="offset" />
          </mxGeometry>
        </mxCell>
        <mxCell id="In8fDh9ZLN2M87an2Miy-69" parent="1" style="rhombus;whiteSpace=wrap;html=1;verticalAlign=middle;" value="&lt;div style=&quot;text-align: center;&quot;&gt;&lt;span style=&quot;background-color: light-dark(rgb(255, 255, 255), rgb(18, 18, 18)); color: light-dark(rgb(33, 33, 33), rgb(209, 209, 209)); font-family: Inter, system-ui, -apple-system, &amp;quot;system-ui&amp;quot;, &amp;quot;Segoe UI&amp;quot;, Roboto, Oxygen, Ubuntu, Cantarell, &amp;quot;Fira Sans&amp;quot;, &amp;quot;Droid Sans&amp;quot;, Helvetica, Arial, sans-serif; text-align: left; white-space: pre-wrap;&quot;&gt;journalList&lt;br&gt;NOT CONTAINS&lt;/span&gt;&lt;/div&gt;&lt;span style=&quot;white-space: pre-wrap; color: rgb(33, 33, 33); font-family: Inter, system-ui, -apple-system, &amp;quot;system-ui&amp;quot;, &amp;quot;Segoe UI&amp;quot;, Roboto, Oxygen, Ubuntu, Cantarell, &amp;quot;Fira Sans&amp;quot;, &amp;quot;Droid Sans&amp;quot;, Helvetica, Arial, sans-serif; text-align: left; background-color: rgb(255, 255, 255);&quot;&gt;loan_application_id&lt;/span&gt;" vertex="1">
          <mxGeometry height="210" width="230" x="4189.5" y="1655" as="geometry" />
        </mxCell>
        <mxCell id="In8fDh9ZLN2M87an2Miy-78" edge="1" parent="1" source="In8fDh9ZLN2M87an2Miy-79" style="edgeStyle=orthogonalEdgeStyle;rounded=0;orthogonalLoop=1;jettySize=auto;html=1;" target="In8fDh9ZLN2M87an2Miy-80" value="">
          <mxGeometry relative="1" as="geometry" />
        </mxCell>
        <mxCell id="In8fDh9ZLN2M87an2Miy-79" parent="1" style="whiteSpace=wrap;html=1;" value="loan_application&lt;br&gt;success" vertex="1">
          <mxGeometry height="60" width="120" x="5616.37" y="1730" as="geometry" />
        </mxCell>
        <mxCell id="In8fDh9ZLN2M87an2Miy-132" edge="1" parent="1" source="In8fDh9ZLN2M87an2Miy-80" style="edgeStyle=orthogonalEdgeStyle;rounded=0;orthogonalLoop=1;jettySize=auto;html=1;" target="In8fDh9ZLN2M87an2Miy-131" value="">
          <mxGeometry relative="1" as="geometry" />
        </mxCell>
        <mxCell id="In8fDh9ZLN2M87an2Miy-80" parent="1" style="whiteSpace=wrap;html=1;" value="release &lt;br&gt;loan_limit.held_amount" vertex="1">
          <mxGeometry height="60" width="215" x="5568.87" y="1830" as="geometry" />
        </mxCell>
        <mxCell id="In8fDh9ZLN2M87an2Miy-95" edge="1" parent="1" source="In8fDh9ZLN2M87an2Miy-82" style="edgeStyle=orthogonalEdgeStyle;rounded=0;orthogonalLoop=1;jettySize=auto;html=1;" target="In8fDh9ZLN2M87an2Miy-94" value="">
          <mxGeometry relative="1" as="geometry" />
        </mxCell>
        <mxCell id="In8fDh9ZLN2M87an2Miy-82" parent="1" style="whiteSpace=wrap;html=1;" value="loan_application&lt;br&gt;next_retry_at = now + 5min" vertex="1">
          <mxGeometry height="60" width="170" x="5283.87" y="1890" as="geometry" />
        </mxCell>
        <mxCell id="In8fDh9ZLN2M87an2Miy-88" parent="1" style="whiteSpace=wrap;html=1;" value="create loan" vertex="1">
          <mxGeometry height="60" width="215" x="5568.87" y="2063.75" as="geometry" />
        </mxCell>
        <mxCell id="In8fDh9ZLN2M87an2Miy-94" parent="1" style="whiteSpace=wrap;html=1;" value="retry_count &amp;gt; 3&lt;br&gt;status = unknown" vertex="1">
          <mxGeometry height="60" width="120" x="5308.87" y="2010" as="geometry" />
        </mxCell>
        <mxCell id="In8fDh9ZLN2M87an2Miy-105" parent="1" style="rounded=0;whiteSpace=wrap;html=1;" value="Scheduler" vertex="1">
          <mxGeometry height="60" width="120" x="3119.5" y="1397.5" as="geometry" />
        </mxCell>
        <mxCell id="In8fDh9ZLN2M87an2Miy-127" edge="1" parent="1" source="In8fDh9ZLN2M87an2Miy-111" style="edgeStyle=orthogonalEdgeStyle;rounded=0;orthogonalLoop=1;jettySize=auto;html=1;" target="In8fDh9ZLN2M87an2Miy-126" value="">
          <mxGeometry relative="1" as="geometry" />
        </mxCell>
        <mxCell id="In8fDh9ZLN2M87an2Miy-135" edge="1" parent="1" source="In8fDh9ZLN2M87an2Miy-111" style="edgeStyle=orthogonalEdgeStyle;rounded=0;orthogonalLoop=1;jettySize=auto;html=1;entryX=0;entryY=0.5;entryDx=0;entryDy=0;" target="In8fDh9ZLN2M87an2Miy-222">
          <mxGeometry relative="1" as="geometry">
            <mxPoint x="4520" y="2280" as="targetPoint" />
          </mxGeometry>
        </mxCell>
        <mxCell id="In8fDh9ZLN2M87an2Miy-111" parent="1" style="rhombus;whiteSpace=wrap;html=1;" value="loan -&amp;gt; casa exists" vertex="1">
          <mxGeometry height="180" width="166.25" x="4219.5" y="2190" as="geometry" />
        </mxCell>
        <mxCell id="In8fDh9ZLN2M87an2Miy-113" parent="1" style="whiteSpace=wrap;html=1;" value="status = approved&lt;br&gt;processed_at = now&lt;br&gt;release held_amount&lt;br&gt;create loan" vertex="1">
          <mxGeometry height="72.5" width="130" x="5329.37" y="2243.75" as="geometry" />
        </mxCell>
        <mxCell id="In8fDh9ZLN2M87an2Miy-122" edge="1" parent="1" source="In8fDh9ZLN2M87an2Miy-118" style="edgeStyle=orthogonalEdgeStyle;rounded=0;orthogonalLoop=1;jettySize=auto;html=1;" target="In8fDh9ZLN2M87an2Miy-121" value="">
          <mxGeometry relative="1" as="geometry" />
        </mxCell>
        <mxCell id="In8fDh9ZLN2M87an2Miy-118" parent="1" style="whiteSpace=wrap;html=1;" value="row lock&lt;br&gt;loan_application" vertex="1">
          <mxGeometry height="60" width="120" x="4069.5" y="1402.5" as="geometry" />
        </mxCell>
        <mxCell id="In8fDh9ZLN2M87an2Miy-124" edge="1" parent="1" source="In8fDh9ZLN2M87an2Miy-121" style="edgeStyle=orthogonalEdgeStyle;rounded=0;orthogonalLoop=1;jettySize=auto;html=1;" target="In8fDh9ZLN2M87an2Miy-123" value="">
          <mxGeometry relative="1" as="geometry" />
        </mxCell>
        <mxCell id="In8fDh9ZLN2M87an2Miy-125" edge="1" parent="1" source="In8fDh9ZLN2M87an2Miy-121" style="edgeStyle=orthogonalEdgeStyle;rounded=0;orthogonalLoop=1;jettySize=auto;html=1;entryX=0.5;entryY=0;entryDx=0;entryDy=0;" target="In8fDh9ZLN2M87an2Miy-69">
          <mxGeometry relative="1" as="geometry" />
        </mxCell>
        <mxCell id="In8fDh9ZLN2M87an2Miy-121" parent="1" style="rhombus;whiteSpace=wrap;html=1;" value="processed_at &lt;br&gt;is not null" vertex="1">
          <mxGeometry height="115" width="110" x="4249.5" y="1375" as="geometry" />
        </mxCell>
        <mxCell id="In8fDh9ZLN2M87an2Miy-123" parent="1" style="whiteSpace=wrap;html=1;" value="skip processing" vertex="1">
          <mxGeometry height="60" width="120" x="4434.5" y="1402.5" as="geometry" />
        </mxCell>
        <mxCell id="In8fDh9ZLN2M87an2Miy-216" edge="1" parent="1" source="In8fDh9ZLN2M87an2Miy-126" style="edgeStyle=orthogonalEdgeStyle;rounded=0;orthogonalLoop=1;jettySize=auto;html=1;entryX=0.5;entryY=0;entryDx=0;entryDy=0;" target="In8fDh9ZLN2M87an2Miy-214">
          <mxGeometry relative="1" as="geometry" />
        </mxCell>
        <mxCell id="In8fDh9ZLN2M87an2Miy-126" parent="1" style="whiteSpace=wrap;html=1;" value="polaris&lt;br&gt;/loan/&lt;span style=&quot;white-space: pre-wrap; color: rgb(33, 33, 33); font-family: Inter, system-ui, -apple-system, &amp;quot;system-ui&amp;quot;, &amp;quot;Segoe UI&amp;quot;, Roboto, Oxygen, Ubuntu, Cantarell, &amp;quot;Fira Sans&amp;quot;, &amp;quot;Droid Sans&amp;quot;, Helvetica, Arial, sans-serif; text-align: left; background-color: rgb(255, 255, 255);&quot;&gt;grantLoanNonCash&lt;/span&gt;" vertex="1">
          <mxGeometry height="60" width="157.38" x="4223.93" y="2440" as="geometry" />
        </mxCell>
        <mxCell id="In8fDh9ZLN2M87an2Miy-130" parent="1" style="rounded=0;whiteSpace=wrap;html=1;fontSize=21;" value="WHERE TO TRIGGER CGW???" vertex="1">
-           <mxGeometry height="290" width="450.63" x="5285.74" y="2290" as="geometry" />
+           <mxGeometry height="290" width="450.63" x="5490" y="2380" as="geometry" />
        </mxCell>
        <mxCell id="In8fDh9ZLN2M87an2Miy-133" edge="1" parent="1" source="In8fDh9ZLN2M87an2Miy-131" style="edgeStyle=orthogonalEdgeStyle;rounded=0;orthogonalLoop=1;jettySize=auto;html=1;" target="In8fDh9ZLN2M87an2Miy-88" value="">
          <mxGeometry relative="1" as="geometry" />
        </mxCell>
        <mxCell id="In8fDh9ZLN2M87an2Miy-131" parent="1" style="whiteSpace=wrap;html=1;" value="processed_at = now" vertex="1">
          <mxGeometry height="60" width="120" x="5616.37" y="1942.5" as="geometry" />
        </mxCell>
        <mxCell id="In8fDh9ZLN2M87an2Miy-141" edge="1" parent="1" source="In8fDh9ZLN2M87an2Miy-134" style="edgeStyle=orthogonalEdgeStyle;rounded=0;orthogonalLoop=1;jettySize=auto;html=1;entryX=0;entryY=0.5;entryDx=0;entryDy=0;" target="In8fDh9ZLN2M87an2Miy-139">
          <mxGeometry relative="1" as="geometry" />
        </mxCell>
        <mxCell id="In8fDh9ZLN2M87an2Miy-145" edge="1" parent="1" source="In8fDh9ZLN2M87an2Miy-134" style="edgeStyle=orthogonalEdgeStyle;rounded=0;orthogonalLoop=1;jettySize=auto;html=1;" target="In8fDh9ZLN2M87an2Miy-144" value="">
          <mxGeometry relative="1" as="geometry" />
        </mxCell>
        <mxCell id="In8fDh9ZLN2M87an2Miy-134" parent="1" style="rhombus;whiteSpace=wrap;html=1;" value="casa -&amp;gt; domestic (CGW)&lt;br&gt;exists?" vertex="1">
          <mxGeometry height="180" width="190" x="4860" y="2190" as="geometry" />
        </mxCell>
        <mxCell id="In8fDh9ZLN2M87an2Miy-142" edge="1" parent="1" source="In8fDh9ZLN2M87an2Miy-139" style="edgeStyle=orthogonalEdgeStyle;rounded=0;orthogonalLoop=1;jettySize=auto;html=1;entryX=0;entryY=0.5;entryDx=0;entryDy=0;" target="In8fDh9ZLN2M87an2Miy-113">
          <mxGeometry relative="1" as="geometry" />
        </mxCell>
-         <mxCell id="In8fDh9ZLN2M87an2Miy-139" parent="1" style="rhombus;whiteSpace=wrap;html=1;" value="casa -&amp;gt; domestic amount = loan_amount" vertex="1">
+         <mxCell id="In8fDh9ZLN2M87an2Miy-227" edge="1" parent="1" source="In8fDh9ZLN2M87an2Miy-139" style="edgeStyle=orthogonalEdgeStyle;rounded=0;orthogonalLoop=1;jettySize=auto;html=1;entryX=1;entryY=0.5;entryDx=0;entryDy=0;" target="In8fDh9ZLN2M87an2Miy-225">
+           <mxGeometry relative="1" as="geometry">
+             <Array as="points">
+               <mxPoint x="5196" y="2460" />
+             </Array>
+           </mxGeometry>
+         </mxCell>
+         <mxCell id="In8fDh9ZLN2M87an2Miy-139" parent="1" style="rhombus;whiteSpace=wrap;html=1;" value="casa -&amp;gt; domestic (CGW)&lt;br&gt;amount match" vertex="1">
          <mxGeometry height="180" width="172.5" x="5110" y="2190" as="geometry" />
        </mxCell>
        <mxCell id="In8fDh9ZLN2M87an2Miy-147" edge="1" parent="1" source="In8fDh9ZLN2M87an2Miy-144" style="edgeStyle=orthogonalEdgeStyle;rounded=0;orthogonalLoop=1;jettySize=auto;html=1;" target="In8fDh9ZLN2M87an2Miy-146" value="">
          <mxGeometry relative="1" as="geometry" />
        </mxCell>
        <mxCell id="In8fDh9ZLN2M87an2Miy-144" parent="1" style="whiteSpace=wrap;html=1;" value="Trigger CGW" vertex="1">
          <mxGeometry height="60" width="120" x="4895" y="2482.5" as="geometry" />
        </mxCell>
        <mxCell id="In8fDh9ZLN2M87an2Miy-148" edge="1" parent="1" source="In8fDh9ZLN2M87an2Miy-146" style="edgeStyle=orthogonalEdgeStyle;rounded=0;orthogonalLoop=1;jettySize=auto;html=1;entryX=0.5;entryY=1;entryDx=0;entryDy=0;" target="In8fDh9ZLN2M87an2Miy-113">
          <mxGeometry relative="1" as="geometry" />
        </mxCell>
        <mxCell id="In8fDh9ZLN2M87an2Miy-150" edge="1" parent="1" source="In8fDh9ZLN2M87an2Miy-146" style="edgeStyle=orthogonalEdgeStyle;rounded=0;orthogonalLoop=1;jettySize=auto;html=1;" target="In8fDh9ZLN2M87an2Miy-149" value="">
          <mxGeometry relative="1" as="geometry" />
        </mxCell>
        <mxCell id="In8fDh9ZLN2M87an2Miy-146" parent="1" style="rhombus;whiteSpace=wrap;html=1;" value="200" vertex="1">
          <mxGeometry height="80" width="80" x="5115" y="2472.5" as="geometry" />
        </mxCell>
        <mxCell id="In8fDh9ZLN2M87an2Miy-149" parent="1" style="whiteSpace=wrap;html=1;" value="next_retry_at = now + 5min" vertex="1">
          <mxGeometry height="60" width="155" x="5077.5" y="2650" as="geometry" />
        </mxCell>
        <mxCell id="In8fDh9ZLN2M87an2Miy-154" edge="1" parent="1" source="In8fDh9ZLN2M87an2Miy-152" style="edgeStyle=orthogonalEdgeStyle;rounded=0;orthogonalLoop=1;jettySize=auto;html=1;entryX=0;entryY=0.5;entryDx=0;entryDy=0;" target="In8fDh9ZLN2M87an2Miy-153">
          <mxGeometry relative="1" as="geometry" />
        </mxCell>
        <mxCell id="In8fDh9ZLN2M87an2Miy-176" edge="1" parent="1" source="In8fDh9ZLN2M87an2Miy-152" style="edgeStyle=orthogonalEdgeStyle;rounded=0;orthogonalLoop=1;jettySize=auto;html=1;" target="In8fDh9ZLN2M87an2Miy-175" value="">
          <mxGeometry relative="1" as="geometry" />
        </mxCell>
        <mxCell id="In8fDh9ZLN2M87an2Miy-152" parent="1" style="rhombus;whiteSpace=wrap;html=1;" value="Polaris&lt;br&gt;/loan/&lt;span style=&quot;color: rgb(33, 33, 33); font-family: Inter, system-ui, -apple-system, &amp;quot;system-ui&amp;quot;, &amp;quot;Segoe UI&amp;quot;, Roboto, Oxygen, Ubuntu, Cantarell, &amp;quot;Fira Sans&amp;quot;, &amp;quot;Droid Sans&amp;quot;, Helvetica, Arial, sans-serif; text-align: left; white-space: pre-wrap; background-color: rgb(255, 255, 255);&quot;&gt;getAccountDetail&lt;/span&gt;&lt;br&gt;loan_application.amount &amp;lt;= polaris.available_amount" vertex="1">
          <mxGeometry height="190" width="230" x="1802.5" y="1060" as="geometry" />
        </mxCell>
        <mxCell id="In8fDh9ZLN2M87an2Miy-158" edge="1" parent="1" source="In8fDh9ZLN2M87an2Miy-153" style="edgeStyle=orthogonalEdgeStyle;rounded=0;orthogonalLoop=1;jettySize=auto;html=1;entryX=0;entryY=0.5;entryDx=0;entryDy=0;" target="In8fDh9ZLN2M87an2Miy-157">
          <mxGeometry relative="1" as="geometry" />
        </mxCell>
        <mxCell id="In8fDh9ZLN2M87an2Miy-153" parent="1" style="whiteSpace=wrap;html=1;" value="Polaris /loan/&lt;span style=&quot;color: rgb(33, 33, 33); font-family: Inter, system-ui, -apple-system, &amp;quot;system-ui&amp;quot;, &amp;quot;Segoe UI&amp;quot;, Roboto, Oxygen, Ubuntu, Cantarell, &amp;quot;Fira Sans&amp;quot;, &amp;quot;Droid Sans&amp;quot;, Helvetica, Arial, sans-serif; text-align: left; white-space: pre-wrap; background-color: rgb(255, 255, 255);&quot;&gt;grantLoanNonCash&lt;br/&gt;+ CGW trigger&lt;/span&gt;" vertex="1">
          <mxGeometry height="60" width="170" x="2130" y="1125" as="geometry" />
        </mxCell>
        <mxCell id="In8fDh9ZLN2M87an2Miy-177" edge="1" parent="1" source="In8fDh9ZLN2M87an2Miy-157" style="edgeStyle=orthogonalEdgeStyle;rounded=0;orthogonalLoop=1;jettySize=auto;html=1;entryX=0;entryY=0.5;entryDx=0;entryDy=0;" target="In8fDh9ZLN2M87an2Miy-105">
          <mxGeometry relative="1" as="geometry">
            <Array as="points">
              <mxPoint x="2400" y="1427" />
            </Array>
            <mxPoint x="2809.5" y="1427.5" as="targetPoint" />
          </mxGeometry>
        </mxCell>
        <mxCell id="In8fDh9ZLN2M87an2Miy-192" connectable="0" parent="In8fDh9ZLN2M87an2Miy-177" style="edgeLabel;html=1;align=center;verticalAlign=middle;resizable=0;points=[];" value="return warning?,&lt;br&gt;row is not scheduler&#39;s task&lt;div&gt;&lt;br&gt;&lt;/div&gt;" vertex="1">
          <mxGeometry relative="1" x="-0.7641" as="geometry">
            <mxPoint y="1" as="offset" />
          </mxGeometry>
        </mxCell>
        <mxCell id="In8fDh9ZLN2M87an2Miy-157" parent="1" style="rhombus;whiteSpace=wrap;html=1;" value="200" vertex="1">
          <mxGeometry height="80" width="80" x="2360" y="1115" as="geometry" />
        </mxCell>
        <mxCell id="In8fDh9ZLN2M87an2Miy-164" edge="1" parent="1" source="In8fDh9ZLN2M87an2Miy-161" style="edgeStyle=orthogonalEdgeStyle;rounded=0;orthogonalLoop=1;jettySize=auto;html=1;" target="In8fDh9ZLN2M87an2Miy-162" value="">
          <mxGeometry relative="1" as="geometry" />
        </mxCell>
        <mxCell id="In8fDh9ZLN2M87an2Miy-161" parent="1" style="rounded=0;whiteSpace=wrap;html=1;" value="loan account row lock" vertex="1">
          <mxGeometry height="60" width="145" x="895" y="1125" as="geometry" />
        </mxCell>
        <mxCell id="In8fDh9ZLN2M87an2Miy-165" edge="1" parent="1" source="In8fDh9ZLN2M87an2Miy-162" style="edgeStyle=orthogonalEdgeStyle;rounded=0;orthogonalLoop=1;jettySize=auto;html=1;" target="In8fDh9ZLN2M87an2Miy-12">
          <mxGeometry relative="1" as="geometry" />
        </mxCell>
        <mxCell id="In8fDh9ZLN2M87an2Miy-162" parent="1" style="rounded=0;whiteSpace=wrap;html=1;" value="&lt;span style=&quot;font-weight: 700; text-align: left;&quot;&gt;ROWLOCK - loan_limits.held_amount += amount&lt;/span&gt;" vertex="1">
          <mxGeometry height="60" width="215" x="1120" y="1125" as="geometry" />
        </mxCell>
        <mxCell id="In8fDh9ZLN2M87an2Miy-184" edge="1" parent="1" source="In8fDh9ZLN2M87an2Miy-166" style="edgeStyle=orthogonalEdgeStyle;rounded=0;orthogonalLoop=1;jettySize=auto;html=1;" target="In8fDh9ZLN2M87an2Miy-183" value="">
          <mxGeometry relative="1" as="geometry" />
        </mxCell>
        <mxCell id="In8fDh9ZLN2M87an2Miy-166" parent="1" style="swimlane;fontStyle=0;childLayout=stackLayout;horizontal=1;startSize=30;horizontalStack=0;resizeParent=1;resizeParentMax=0;resizeLast=0;collapsible=1;marginBottom=0;whiteSpace=wrap;html=1;" value="Loan issued" vertex="1">
          <mxGeometry height="150" width="210" x="2590" y="1130" as="geometry" />
        </mxCell>
        <mxCell id="In8fDh9ZLN2M87an2Miy-167" parent="In8fDh9ZLN2M87an2Miy-166" style="text;strokeColor=none;fillColor=none;align=left;verticalAlign=middle;spacingLeft=4;spacingRight=4;overflow=hidden;points=[[0,0.5],[1,0.5]];portConstraint=eastwest;rotatable=0;whiteSpace=wrap;html=1;" value="loan_application = approved" vertex="1">
          <mxGeometry height="30" width="210" y="30" as="geometry" />
        </mxCell>
        <mxCell id="In8fDh9ZLN2M87an2Miy-168" parent="In8fDh9ZLN2M87an2Miy-166" style="text;strokeColor=none;fillColor=none;align=left;verticalAlign=middle;spacingLeft=4;spacingRight=4;overflow=hidden;points=[[0,0.5],[1,0.5]];portConstraint=eastwest;rotatable=0;whiteSpace=wrap;html=1;" value="create loan" vertex="1">
          <mxGeometry height="30" width="210" y="60" as="geometry" />
        </mxCell>
        <mxCell id="In8fDh9ZLN2M87an2Miy-169" parent="In8fDh9ZLN2M87an2Miy-166" style="text;strokeColor=none;fillColor=none;align=left;verticalAlign=middle;spacingLeft=4;spacingRight=4;overflow=hidden;points=[[0,0.5],[1,0.5]];portConstraint=eastwest;rotatable=0;whiteSpace=wrap;html=1;" value="release lock" vertex="1">
          <mxGeometry height="30" width="210" y="90" as="geometry" />
        </mxCell>
        <mxCell id="In8fDh9ZLN2M87an2Miy-191" parent="In8fDh9ZLN2M87an2Miy-166" style="text;strokeColor=none;fillColor=none;align=left;verticalAlign=middle;spacingLeft=4;spacingRight=4;overflow=hidden;points=[[0,0.5],[1,0.5]];portConstraint=eastwest;rotatable=0;whiteSpace=wrap;html=1;" value="processed_at = now" vertex="1">
          <mxGeometry height="30" width="210" y="120" as="geometry" />
        </mxCell>
        <mxCell id="In8fDh9ZLN2M87an2Miy-170" edge="1" parent="1" source="In8fDh9ZLN2M87an2Miy-157" style="edgeStyle=orthogonalEdgeStyle;rounded=0;orthogonalLoop=1;jettySize=auto;html=1;entryX=0.003;entryY=0.156;entryDx=0;entryDy=0;entryPerimeter=0;" target="In8fDh9ZLN2M87an2Miy-166">
          <mxGeometry relative="1" as="geometry" />
        </mxCell>
        <mxCell id="In8fDh9ZLN2M87an2Miy-174" parent="1" style="text;html=1;whiteSpace=wrap;strokeColor=none;fillColor=none;align=center;verticalAlign=middle;rounded=0;" value="&lt;div style=&quot;background-color:#ffffff;color:#080808&quot;&gt;&lt;pre style=&quot;font-family:&#39;JetBrains Mono&#39;,monospace;font-size:9.8pt;&quot;&gt;&lt;span style=&quot;color:#9e880d;&quot;&gt;@Transactional&lt;/span&gt;(propagation = &lt;span style=&quot;color:#000000;&quot;&gt;Propagation&lt;/span&gt;.&lt;span style=&quot;color:#871094;font-style:italic;&quot;&gt;REQUIRES_NEW&lt;/span&gt;)&lt;/pre&gt;&lt;/div&gt;" vertex="1">
          <mxGeometry height="30" width="240" x="1200" y="1010" as="geometry" />
        </mxCell>
        <mxCell id="In8fDh9ZLN2M87an2Miy-175" parent="1" style="whiteSpace=wrap;html=1;" value="Rollback, return error" vertex="1">
          <mxGeometry height="60" width="132.5" x="1851.25" y="1295" as="geometry" />
        </mxCell>
        <mxCell id="In8fDh9ZLN2M87an2Miy-186" edge="1" parent="1" source="In8fDh9ZLN2M87an2Miy-183" style="edgeStyle=orthogonalEdgeStyle;rounded=0;orthogonalLoop=1;jettySize=auto;html=1;" target="In8fDh9ZLN2M87an2Miy-185" value="">
          <mxGeometry relative="1" as="geometry" />
        </mxCell>
        <mxCell id="In8fDh9ZLN2M87an2Miy-187" edge="1" parent="1" source="In8fDh9ZLN2M87an2Miy-183" style="edgeStyle=orthogonalEdgeStyle;rounded=0;orthogonalLoop=1;jettySize=auto;html=1;" target="In8fDh9ZLN2M87an2Miy-105">
          <mxGeometry relative="1" as="geometry">
            <Array as="points">
              <mxPoint x="2995" y="1427" />
            </Array>
          </mxGeometry>
        </mxCell>
        <mxCell id="In8fDh9ZLN2M87an2Miy-195" connectable="0" parent="In8fDh9ZLN2M87an2Miy-187" style="edgeLabel;html=1;align=center;verticalAlign=middle;resizable=0;points=[];" value="return warning?,&lt;br&gt;row is not scheduler&#39;s task&lt;div&gt;&lt;br&gt;&lt;/div&gt;" vertex="1">
          <mxGeometry relative="1" x="-0.5656" y="1" as="geometry">
            <mxPoint as="offset" />
          </mxGeometry>
        </mxCell>
        <mxCell id="In8fDh9ZLN2M87an2Miy-183" parent="1" style="rhombus;whiteSpace=wrap;html=1;fontStyle=0;startSize=30;horizontal=1;" value="db transaction success?" vertex="1">
          <mxGeometry height="135" width="130" x="2930" y="1122.5" as="geometry" />
        </mxCell>
        <mxCell id="In8fDh9ZLN2M87an2Miy-185" parent="1" style="whiteSpace=wrap;html=1;fontStyle=0;startSize=30;horizontal=1;" value="return success to client" vertex="1">
          <mxGeometry height="60" width="120" x="3145" y="1160" as="geometry" />
        </mxCell>
        <mxCell id="In8fDh9ZLN2M87an2Miy-189" parent="1" style="text;html=1;whiteSpace=wrap;strokeColor=none;fillColor=none;align=center;verticalAlign=middle;rounded=0;fontSize=26;" value="&lt;div style=&quot;background-color:#ffffff;color:#080808&quot;&gt;&lt;pre style=&quot;font-family: &amp;quot;JetBrains Mono&amp;quot;, monospace;&quot;&gt;&lt;span style=&quot;color:#9e880d;&quot;&gt;@Transactional&lt;/span&gt;(propagation = &lt;span style=&quot;color:#000000;&quot;&gt;Propagation&lt;/span&gt;.&lt;span style=&quot;color:#871094;font-style:italic;&quot;&gt;REQUIRES_NEW&lt;/span&gt;)&lt;/pre&gt;&lt;/div&gt;" vertex="1">
          <mxGeometry height="30" width="240" x="4918.87" y="1265" as="geometry" />
        </mxCell>
        <mxCell id="In8fDh9ZLN2M87an2Miy-198" parent="1" style="text;html=1;whiteSpace=wrap;strokeColor=none;fillColor=none;align=center;verticalAlign=middle;rounded=0;fontSize=32;" value="BNPL request flow" vertex="1">
          <mxGeometry height="30" width="470" x="-80" y="2930" as="geometry" />
        </mxCell>
        <mxCell id="In8fDh9ZLN2M87an2Miy-199" edge="1" parent="1" source="In8fDh9ZLN2M87an2Miy-200" style="edgeStyle=orthogonalEdgeStyle;rounded=0;orthogonalLoop=1;jettySize=auto;html=1;" target="In8fDh9ZLN2M87an2Miy-202" value="">
          <mxGeometry relative="1" as="geometry" />
        </mxCell>
        <mxCell id="In8fDh9ZLN2M87an2Miy-200" parent="1" style="shape=umlActor;verticalLabelPosition=bottom;verticalAlign=top;html=1;outlineConnect=0;" value="Actor" vertex="1">
          <mxGeometry height="60" width="30" x="20" y="3135" as="geometry" />
        </mxCell>
        <mxCell id="In8fDh9ZLN2M87an2Miy-201" edge="1" parent="1" source="In8fDh9ZLN2M87an2Miy-202" style="edgeStyle=orthogonalEdgeStyle;rounded=0;orthogonalLoop=1;jettySize=auto;html=1;entryX=0.011;entryY=0.06;entryDx=0;entryDy=0;entryPerimeter=0;" target="In8fDh9ZLN2M87an2Miy-209" value="">
          <mxGeometry relative="1" as="geometry">
            <mxPoint x="440" y="3165" as="targetPoint" />
          </mxGeometry>
        </mxCell>
        <mxCell id="In8fDh9ZLN2M87an2Miy-202" parent="1" style="whiteSpace=wrap;html=1;verticalAlign=top;" value="&lt;div&gt;&lt;br&gt;&lt;/div&gt;&lt;div&gt;One tap loan&lt;/div&gt;" vertex="1">
          <mxGeometry height="60" width="120" x="230" y="3135" as="geometry" />
        </mxCell>
        <mxCell id="In8fDh9ZLN2M87an2Miy-203" edge="1" parent="1" source="In8fDh9ZLN2M87an2Miy-205" style="edgeStyle=orthogonalEdgeStyle;rounded=0;orthogonalLoop=1;jettySize=auto;html=1;" target="In8fDh9ZLN2M87an2Miy-206" value="">
          <mxGeometry relative="1" as="geometry" />
        </mxCell>
        <mxCell id="In8fDh9ZLN2M87an2Miy-204" connectable="0" parent="In8fDh9ZLN2M87an2Miy-203" style="edgeLabel;html=1;align=center;verticalAlign=middle;resizable=0;points=[];" value="0" vertex="1">
          <mxGeometry relative="1" x="-0.2091" y="-1" as="geometry">
            <mxPoint as="offset" />
          </mxGeometry>
        </mxCell>
        <mxCell id="In8fDh9ZLN2M87an2Miy-213" edge="1" parent="1" source="In8fDh9ZLN2M87an2Miy-205" style="edgeStyle=orthogonalEdgeStyle;rounded=0;orthogonalLoop=1;jettySize=auto;html=1;" target="In8fDh9ZLN2M87an2Miy-212" value="">
          <mxGeometry relative="1" as="geometry" />
        </mxCell>
        <mxCell id="In8fDh9ZLN2M87an2Miy-205" parent="1" style="rhombus;whiteSpace=wrap;html=1;verticalAlign=top;" value="&lt;br&gt;&lt;br&gt;&lt;div&gt;&lt;br&gt;&lt;/div&gt;&lt;div&gt;Loan validation&lt;br&gt;success&lt;/div&gt;" vertex="1">
          <mxGeometry height="120" width="140" x="720" y="3105" as="geometry" />
        </mxCell>
        <mxCell id="In8fDh9ZLN2M87an2Miy-206" parent="1" style="whiteSpace=wrap;html=1;verticalAlign=middle;" value="Return err message" vertex="1">
          <mxGeometry height="60" width="120" x="730" y="3305" as="geometry" />
        </mxCell>
        <mxCell id="In8fDh9ZLN2M87an2Miy-207" edge="1" parent="1" source="In8fDh9ZLN2M87an2Miy-208" style="edgeStyle=orthogonalEdgeStyle;rounded=0;orthogonalLoop=1;jettySize=auto;html=1;entryX=0;entryY=0.5;entryDx=0;entryDy=0;" target="In8fDh9ZLN2M87an2Miy-205">
          <mxGeometry relative="1" as="geometry" />
        </mxCell>
        <mxCell id="In8fDh9ZLN2M87an2Miy-208" parent="1" style="swimlane;fontStyle=0;childLayout=stackLayout;horizontal=1;startSize=30;horizontalStack=0;resizeParent=1;resizeParentMax=0;resizeLast=0;collapsible=1;marginBottom=0;whiteSpace=wrap;html=1;" value="Validations" vertex="1">
          <mxGeometry height="120" width="140" x="460" y="3135" as="geometry" />
        </mxCell>
        <mxCell id="In8fDh9ZLN2M87an2Miy-209" parent="In8fDh9ZLN2M87an2Miy-208" style="text;strokeColor=none;fillColor=none;align=left;verticalAlign=middle;spacingLeft=4;spacingRight=4;overflow=hidden;points=[[0,0.5],[1,0.5]];portConstraint=eastwest;rotatable=0;whiteSpace=wrap;html=1;" value="user status" vertex="1">
          <mxGeometry height="30" width="140" y="30" as="geometry" />
        </mxCell>
        <mxCell id="In8fDh9ZLN2M87an2Miy-210" parent="In8fDh9ZLN2M87an2Miy-208" style="text;strokeColor=none;fillColor=none;align=left;verticalAlign=middle;spacingLeft=4;spacingRight=4;overflow=hidden;points=[[0,0.5],[1,0.5]];portConstraint=eastwest;rotatable=0;whiteSpace=wrap;html=1;" value="kyc status" vertex="1">
          <mxGeometry height="30" width="140" y="60" as="geometry" />
        </mxCell>
        <mxCell id="In8fDh9ZLN2M87an2Miy-211" parent="In8fDh9ZLN2M87an2Miy-208" style="text;strokeColor=none;fillColor=none;align=left;verticalAlign=middle;spacingLeft=4;spacingRight=4;overflow=hidden;points=[[0,0.5],[1,0.5]];portConstraint=eastwest;rotatable=0;whiteSpace=wrap;html=1;" value="loan limit status" vertex="1">
          <mxGeometry height="30" width="140" y="90" as="geometry" />
        </mxCell>
        <mxCell id="In8fDh9ZLN2M87an2Miy-212" parent="1" style="whiteSpace=wrap;html=1;verticalAlign=middle;" value="Same as one-tap ??" vertex="1">
          <mxGeometry height="60" width="120" x="950" y="3135" as="geometry" />
        </mxCell>
        <mxCell id="In8fDh9ZLN2M87an2Miy-218" edge="1" parent="1" source="In8fDh9ZLN2M87an2Miy-214" style="edgeStyle=orthogonalEdgeStyle;rounded=0;orthogonalLoop=1;jettySize=auto;html=1;entryX=0;entryY=0.5;entryDx=0;entryDy=0;" target="In8fDh9ZLN2M87an2Miy-134">
          <mxGeometry relative="1" as="geometry">
            <Array as="points">
              <mxPoint x="4860" y="2630" />
            </Array>
          </mxGeometry>
        </mxCell>
        <mxCell id="In8fDh9ZLN2M87an2Miy-221" edge="1" parent="1" source="In8fDh9ZLN2M87an2Miy-214" style="edgeStyle=orthogonalEdgeStyle;rounded=0;orthogonalLoop=1;jettySize=auto;html=1;entryX=0;entryY=0.5;entryDx=0;entryDy=0;" target="In8fDh9ZLN2M87an2Miy-149">
          <mxGeometry relative="1" as="geometry">
            <Array as="points">
              <mxPoint x="4303" y="2680" />
            </Array>
          </mxGeometry>
        </mxCell>
        <mxCell id="In8fDh9ZLN2M87an2Miy-214" parent="1" style="rhombus;whiteSpace=wrap;html=1;" value="200" vertex="1">
          <mxGeometry height="80" width="80" x="4262.62" y="2590" as="geometry" />
        </mxCell>
        <mxCell id="In8fDh9ZLN2M87an2Miy-223" edge="1" parent="1" source="In8fDh9ZLN2M87an2Miy-222" style="edgeStyle=orthogonalEdgeStyle;rounded=0;orthogonalLoop=1;jettySize=auto;html=1;" target="In8fDh9ZLN2M87an2Miy-134">
          <mxGeometry relative="1" as="geometry" />
        </mxCell>
        <mxCell id="In8fDh9ZLN2M87an2Miy-226" edge="1" parent="1" source="In8fDh9ZLN2M87an2Miy-222" style="edgeStyle=orthogonalEdgeStyle;rounded=0;orthogonalLoop=1;jettySize=auto;html=1;" target="In8fDh9ZLN2M87an2Miy-225" value="">
          <mxGeometry relative="1" as="geometry" />
        </mxCell>
        <mxCell id="In8fDh9ZLN2M87an2Miy-222" parent="1" style="rhombus;whiteSpace=wrap;html=1;" value="loan -&amp;gt; casa &lt;br&gt;amount match" vertex="1">
          <mxGeometry height="156.25" width="155" x="4561.37" y="2201.88" as="geometry" />
        </mxCell>
        <mxCell id="In8fDh9ZLN2M87an2Miy-225" parent="1" style="whiteSpace=wrap;html=1;" value="status = manual_review??" vertex="1">
          <mxGeometry height="60" width="120" x="4578.87" y="2429.995" as="geometry" />
        </mxCell>
      </root>
    </mxGraphModel>
  </diagram>
</mxfile>
